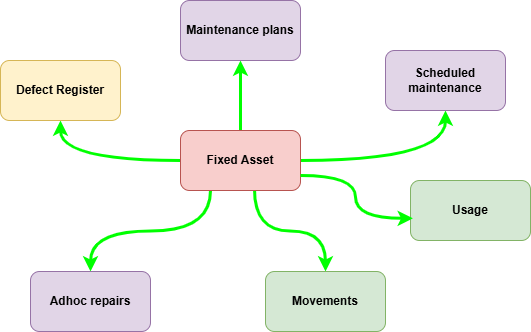
Earlier version of the draw.io export Overview.drawio.png (braintree-brainworx/Asset-Maintenance). Source tidied: cells renumbered, new cells last; positions are measured from the earlier drawing's top-left corner, leaving out a move shared by most shapes.
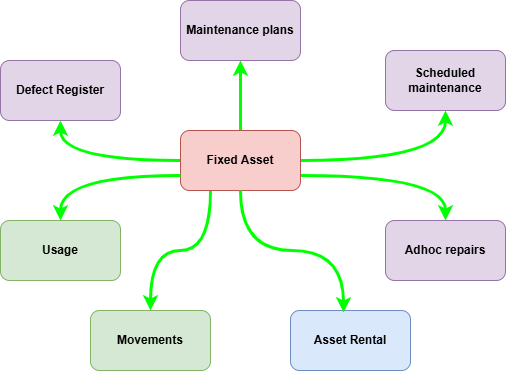
The same diagram one commit later.

The edit, as a diff of the source:
```diff
@@ -8,19 +8,19 @@
     <mxCell id="3" style="edgeStyle=orthogonalEdgeStyle;html=1;curved=1;fontStyle=1;strokeWidth=3;strokeColor=#00FF00;" parent="1" edge="1" source="7" target="10">
       <mxGeometry relative="1" as="geometry" />
     </mxCell>
-    <mxCell id="4" style="edgeStyle=orthogonalEdgeStyle;html=1;curved=1;exitX=0.25;exitY=1;exitDx=0;exitDy=0;fontStyle=1;strokeWidth=3;strokeColor=#00FF00;" parent="1" edge="1" source="7" target="11">
+    <mxCell id="4" style="edgeStyle=orthogonalEdgeStyle;html=1;curved=1;exitX=1;exitY=0.75;exitDx=0;exitDy=0;fontStyle=1;strokeWidth=3;strokeColor=#00FF00;" parent="1" edge="1" source="7" target="11">
       <mxGeometry relative="1" as="geometry" />
     </mxCell>
     <mxCell id="5" style="edgeStyle=orthogonalEdgeStyle;html=1;exitX=0;exitY=0.5;exitDx=0;exitDy=0;curved=1;fontStyle=1;strokeWidth=3;strokeColor=#00FF00;" parent="1" edge="1" source="7" target="8">
       <mxGeometry relative="1" as="geometry" />
     </mxCell>
-    <mxCell id="6" style="edgeStyle=orthogonalEdgeStyle;curved=1;html=1;exitX=0.617;exitY=0.978;exitDx=0;exitDy=0;entryX=0.5;entryY=0;entryDx=0;entryDy=0;exitPerimeter=0;fontStyle=1;strokeWidth=3;strokeColor=#00FF00;" parent="1" edge="1" source="7" target="12">
+    <mxCell id="6" style="edgeStyle=orthogonalEdgeStyle;curved=1;html=1;entryX=0.5;entryY=0;entryDx=0;entryDy=0;fontStyle=1;strokeWidth=3;strokeColor=#00FF00;exitX=0.25;exitY=1;exitDx=0;exitDy=0;" parent="1" edge="1" source="7" target="12">
       <mxGeometry relative="1" as="geometry" />
     </mxCell>
     <mxCell id="7" value="Fixed Asset" style="rounded=1;whiteSpace=wrap;html=1;fillColor=#f8cecc;strokeColor=#b85450;fontStyle=1;" parent="1" vertex="1">
       <mxGeometry x="180" y="130" width="120" height="60" as="geometry" />
     </mxCell>
-    <mxCell id="8" value="Defect Register" style="rounded=1;whiteSpace=wrap;html=1;fontStyle=1;fillColor=#fff2cc;strokeColor=#d6b656;" parent="1" vertex="1">
+    <mxCell id="8" value="Defect Register" style="rounded=1;whiteSpace=wrap;html=1;fontStyle=1;fillColor=#e1d5e7;strokeColor=#9673a6;" parent="1" vertex="1">
       <mxGeometry y="60" width="120" height="60" as="geometry" />
     </mxCell>
     <mxCell id="9" value="Maintenance plans" style="whiteSpace=wrap;html=1;rounded=1;fontStyle=1;fillColor=#e1d5e7;strokeColor=#9673a6;" parent="1" vertex="1">
@@ -30,16 +30,22 @@
       <mxGeometry x="385" y="50" width="120" height="60" as="geometry" />
     </mxCell>
     <mxCell id="11" value="Adhoc repairs" style="whiteSpace=wrap;html=1;rounded=1;fontStyle=1;fillColor=#e1d5e7;strokeColor=#9673a6;" parent="1" vertex="1">
-      <mxGeometry x="30" y="271" width="120" height="60" as="geometry" />
+      <mxGeometry x="385" y="220" width="120" height="60" as="geometry" />
     </mxCell>
     <mxCell id="12" value="Movements" style="whiteSpace=wrap;html=1;rounded=1;fontStyle=1;fillColor=#d5e8d4;strokeColor=#82b366;" parent="1" vertex="1">
-      <mxGeometry x="265" y="271" width="120" height="60" as="geometry" />
+      <mxGeometry x="90" y="310" width="120" height="60" as="geometry" />
     </mxCell>
     <mxCell id="13" value="Usage" style="rounded=1;whiteSpace=wrap;html=1;fontStyle=1;fillColor=#d5e8d4;strokeColor=#82b366;" parent="1" vertex="1">
-      <mxGeometry x="410" y="180" width="120" height="60" as="geometry" />
+      <mxGeometry y="220" width="120" height="60" as="geometry" />
     </mxCell>
-    <mxCell id="14" style="edgeStyle=orthogonalEdgeStyle;curved=1;html=1;exitX=1;exitY=0.75;exitDx=0;exitDy=0;entryX=0.02;entryY=0.631;entryDx=0;entryDy=0;entryPerimeter=0;fontStyle=1;strokeWidth=3;strokeColor=#00FF00;" parent="1" edge="1" source="7" target="13">
-      <mxGeometry relative="1" as="geometry" />
+    <mxCell id="14" style="edgeStyle=orthogonalEdgeStyle;curved=1;html=1;exitX=0;exitY=0.75;exitDx=0;exitDy=0;entryX=0.5;entryY=0;entryDx=0;entryDy=0;fontStyle=1;strokeWidth=3;strokeColor=#00FF00;" parent="1" edge="1" source="7" target="13">
+      <mxGeometry x="-0.18" relative="1" as="geometry" />
     </mxCell>
+    <mxCell id="15" value="Asset Rental" style="whiteSpace=wrap;html=1;rounded=1;fontStyle=1;fillColor=#dae8fc;strokeColor=#6c8ebf;" parent="1" vertex="1">
+      <mxGeometry x="290" y="310" width="120" height="60" as="geometry" />
+    </mxCell>
+    <mxCell id="16" style="edgeStyle=orthogonalEdgeStyle;curved=1;html=1;exitX=0.5;exitY=1;exitDx=0;exitDy=0;entryX=0.442;entryY=0.033;entryDx=0;entryDy=0;entryPerimeter=0;strokeWidth=3;rounded=1;strokeColor=#00FF00;align=center;verticalAlign=middle;fontFamily=Helvetica;fontSize=11;fontColor=default;fontStyle=1;labelBackgroundColor=default;endArrow=classic;" parent="1" edge="1" source="7" target="15">
+      <mxGeometry x="-0.03" relative="1" as="geometry" />
+    </mxCell>
   </root>
 </mxGraphModel>
```
